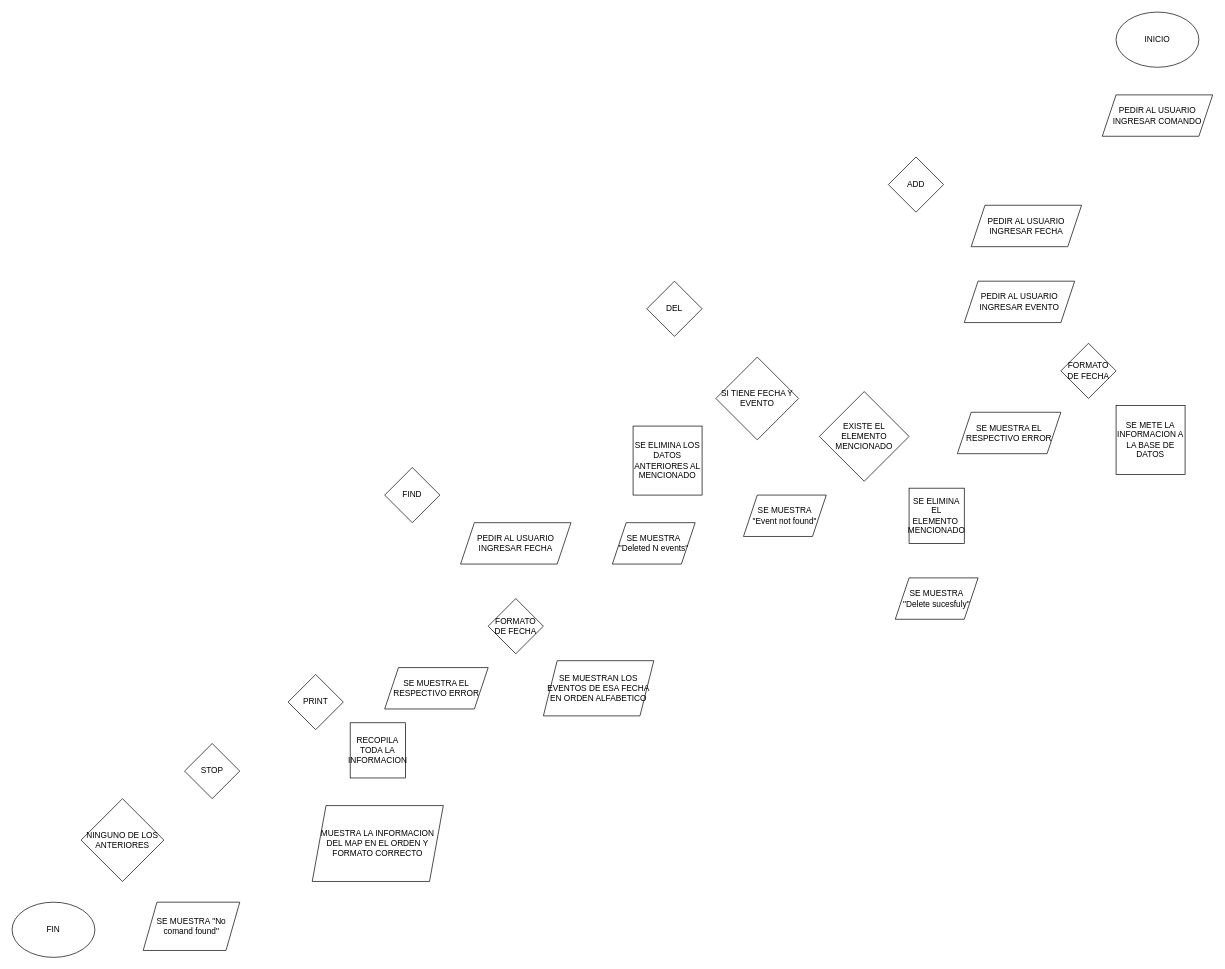
Soysakiaytuno/ExamenFinalSem1 keeps this draw.io diagram as Base de datos.drawio. Above is the earlier version. Source tidied: cells renumbered, new cells numbered last; positions are measured from the earlier drawing's top-left corner, leaving out a move shared by most shapes. Both pictures are drawn from the tidied source at 69%, with x=0, y=0 at pixel (12, 12).
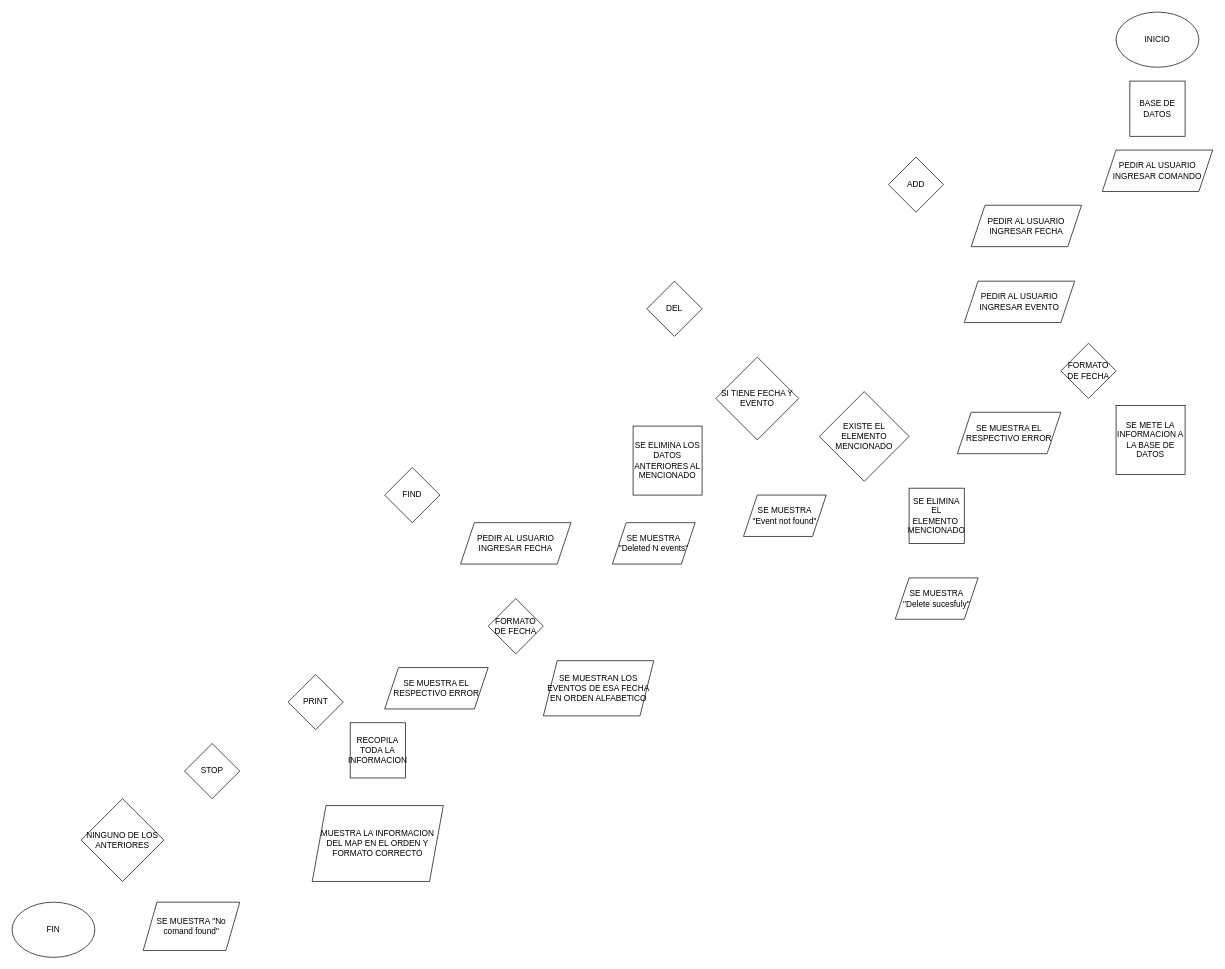
The same page after the edit.

Change to the diagram source:
```diff
@@
     <mxCell id="4" value="PEDIR AL USUARIO INGRESAR COMANDO" style="shape=parallelogram;perimeter=parallelogramPerimeter;whiteSpace=wrap;html=1;fixedSize=1;" parent="1" vertex="1">
-      <mxGeometry x="1580" y="120" width="160" height="60" as="geometry" />
+      <mxGeometry x="1580" y="200" width="160" height="60" as="geometry" />
     </mxCell>
@@
+    <mxCell id="30" value="BASE DE DATOS" style="whiteSpace=wrap;html=1;" parent="1" vertex="1">
+      <mxGeometry x="1620" y="100" width="80" height="80" as="geometry" />
+    </mxCell>
```
